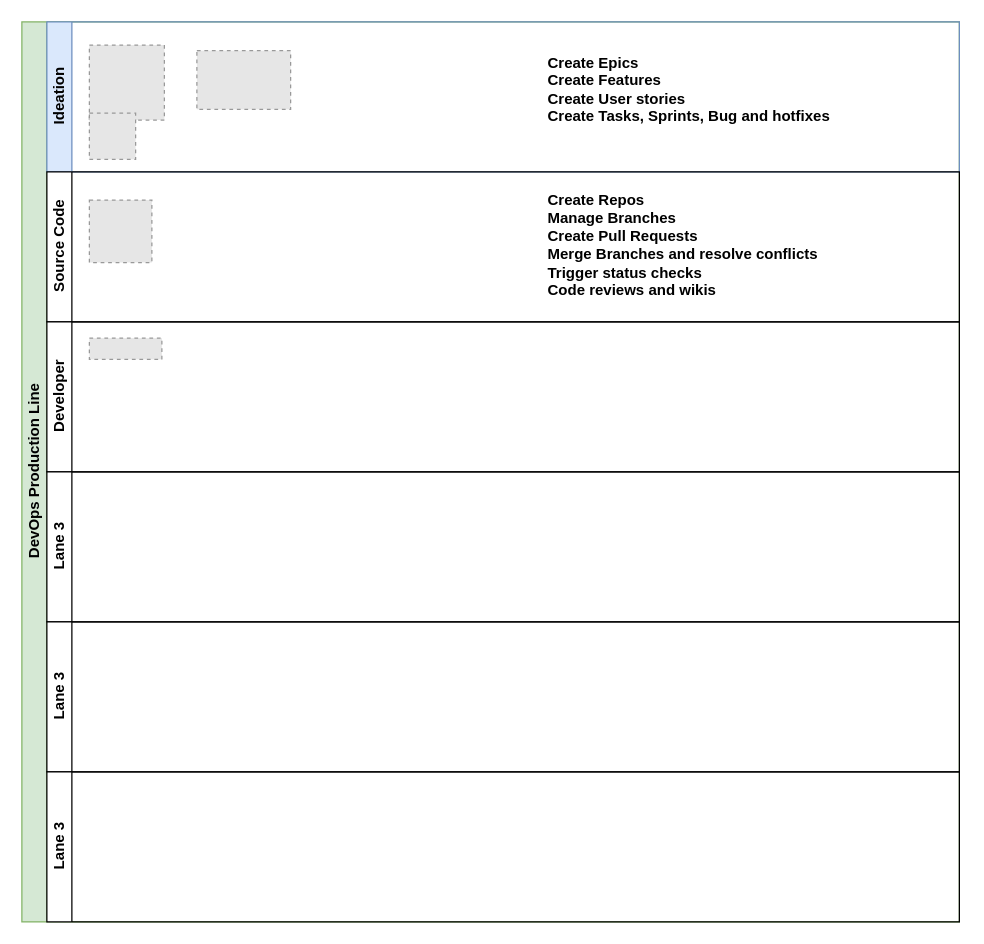
Earlier version of the draw.io diagram MBRHE - SDLC Design Architecture.drawio (chehabz/draw). Source tidied: cells renumbered, new cells numbered last; positions are measured from the earlier drawing's top-left corner, leaving out a move shared by most shapes. Both pictures are drawn from the tidied source at 125%, with x=0, y=0 at pixel (21, 21). Pictures stored in the file or linked from it are replaced by grey dashed boxes.
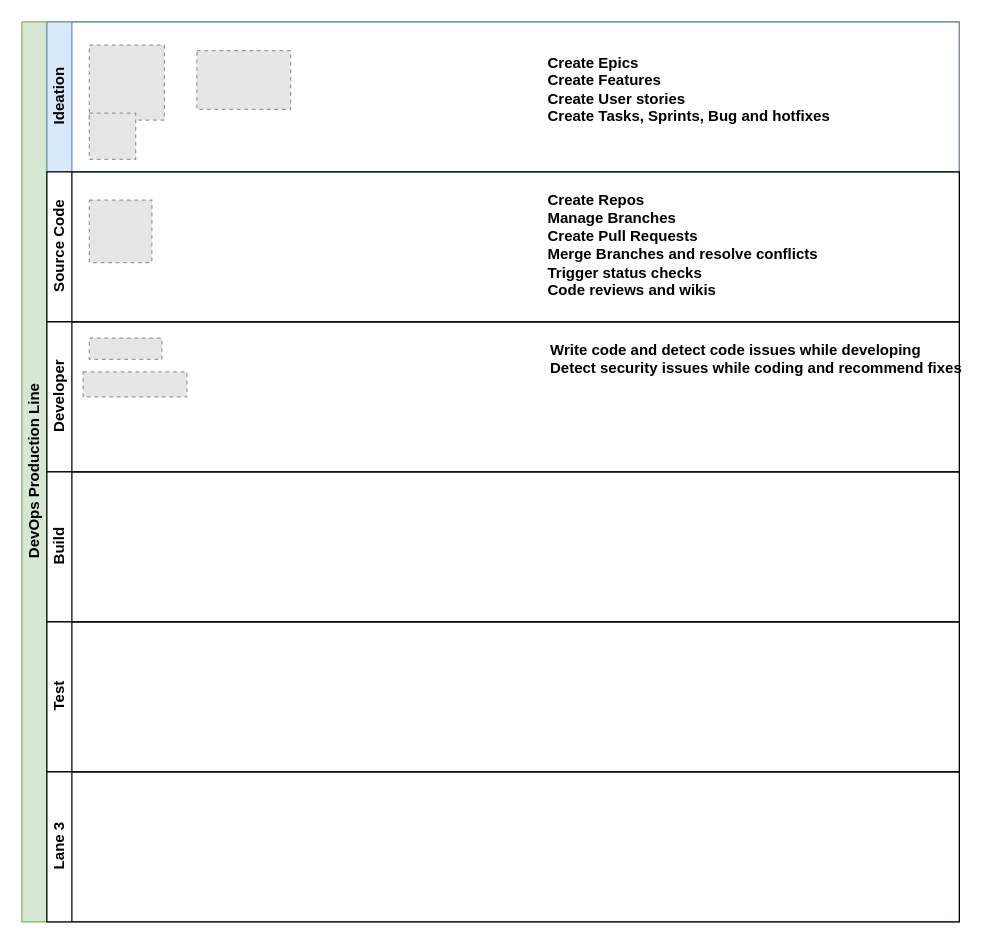
Above is the later version.

Change to the diagram source:
```diff
@@
 <mxGraphModel background="#ffffff">
   <root>
     <mxCell id="0" />
     <mxCell id="1" parent="0" />
     <mxCell id="2" value="DevOps Production Line&lt;br&gt;" style="swimlane;html=1;horizontal=0;startSize=20;fillColor=#d5e8d4;strokeColor=#82b366;" parent="1" vertex="1">
       <mxGeometry width="750" height="720" as="geometry" />
     </mxCell>
     <mxCell id="3" value="Ideation&lt;br&gt;" style="swimlane;html=1;startSize=20;horizontal=0;fillColor=#dae8fc;strokeColor=#6c8ebf;" parent="2" vertex="1">
       <mxGeometry x="20" width="730" height="120" as="geometry" />
     </mxCell>
     <mxCell id="4" style="fillColor=#E6E6E6;strokeColor=#999999;dashed=1;verticalLabelPosition=bottom;verticalAlign=top;" parent="3" vertex="1">
       <mxGeometry x="34" y="18.5" width="60" height="60" as="geometry" />
     </mxCell>
     <mxCell id="5" style="fillColor=#E6E6E6;strokeColor=#999999;dashed=1;verticalLabelPosition=bottom;verticalAlign=top;" parent="3" vertex="1">
       <mxGeometry x="120" y="23" width="75" height="47" as="geometry" />
     </mxCell>
     <mxCell id="6" style="fillColor=#E6E6E6;strokeColor=#999999;dashed=1;verticalLabelPosition=bottom;labelBackgroundColor=#ffffff;verticalAlign=top;" parent="3" vertex="1">
       <mxGeometry x="34" y="73" width="37" height="37" as="geometry" />
     </mxCell>
     <mxCell id="7" value="Create Epics&lt;br&gt;Create Features&lt;br&gt;Create User stories&lt;br&gt;Create Tasks, Sprints, Bug and hotfixes&lt;br&gt;" style="text;html=1;align=left;verticalAlign=top;spacingTop=-4;fontStyle=1;" parent="3" vertex="1">
       <mxGeometry x="399" y="23" width="230" height="60" as="geometry" />
     </mxCell>
     <mxCell id="8" value="Source Code" style="swimlane;html=1;startSize=20;horizontal=0;" parent="2" vertex="1">
       <mxGeometry x="20" y="120" width="730" height="120" as="geometry" />
     </mxCell>
     <mxCell id="9" style="fillColor=#E6E6E6;strokeColor=#999999;dashed=1;html=1;verticalAlign=top;verticalLabelPosition=bottom;labelBackgroundColor=#ffffff;" parent="8" vertex="1">
       <mxGeometry x="34" y="22.5" width="50" height="50" as="geometry" />
     </mxCell>
     <mxCell id="10" value="Developer" style="swimlane;html=1;startSize=20;horizontal=0;" parent="2" vertex="1">
       <mxGeometry x="20" y="240" width="730" height="120" as="geometry" />
     </mxCell>
     <mxCell id="11" style="fillColor=#E6E6E6;strokeColor=#999999;dashed=1;verticalLabelPosition=bottom;verticalAlign=top;" parent="10" vertex="1">
       <mxGeometry x="34" y="13" width="58" height="17" as="geometry" />
     </mxCell>
+    <mxCell id="16" style="fillColor=#E6E6E6;strokeColor=#999999;dashed=1;verticalLabelPosition=bottom;verticalAlign=top;" parent="10" vertex="1">
+      <mxGeometry x="29" y="40" width="83" height="20" as="geometry" />
+    </mxCell>
-    <mxCell id="12" value="Lane 3" style="swimlane;html=1;startSize=20;horizontal=0;" parent="2" vertex="1">
+    <mxCell id="12" value="Build" style="swimlane;html=1;startSize=20;horizontal=0;" parent="2" vertex="1">
       <mxGeometry x="20" y="360" width="730" height="120" as="geometry" />
     </mxCell>
-    <mxCell id="13" value="Lane 3" style="swimlane;html=1;startSize=20;horizontal=0;" parent="2" vertex="1">
+    <mxCell id="13" value="Test&lt;br&gt;" style="swimlane;html=1;startSize=20;horizontal=0;" parent="2" vertex="1">
       <mxGeometry x="20" y="480" width="730" height="120" as="geometry" />
     </mxCell>
     <mxCell id="14" value="Lane 3" style="swimlane;html=1;startSize=20;horizontal=0;" parent="2" vertex="1">
       <mxGeometry x="20" y="600" width="730" height="120" as="geometry" />
     </mxCell>
     <mxCell id="15" value="Create Repos&lt;br&gt;Manage Branches&lt;br&gt;Create Pull Requests&lt;br&gt;Merge Branches and resolve conflicts&lt;br&gt;Trigger status checks&lt;br&gt;Code reviews and wikis&lt;br&gt;" style="text;html=1;align=left;verticalAlign=top;spacingTop=-4;fontStyle=1;" parent="1" vertex="1">
       <mxGeometry x="419" y="133" width="220" height="90" as="geometry" />
     </mxCell>
+    <mxCell id="17" value="Write code and detect code issues while developing&lt;br&gt;Detect security issues while coding and recommend fixes&lt;br&gt;&lt;br&gt;" style="text;html=1;align=left;verticalAlign=top;spacingTop=-4;fontStyle=1;" parent="1" vertex="1">
+      <mxGeometry x="421" y="253" width="320" height="40" as="geometry" />
+    </mxCell>
   </root>
 </mxGraphModel>
```
